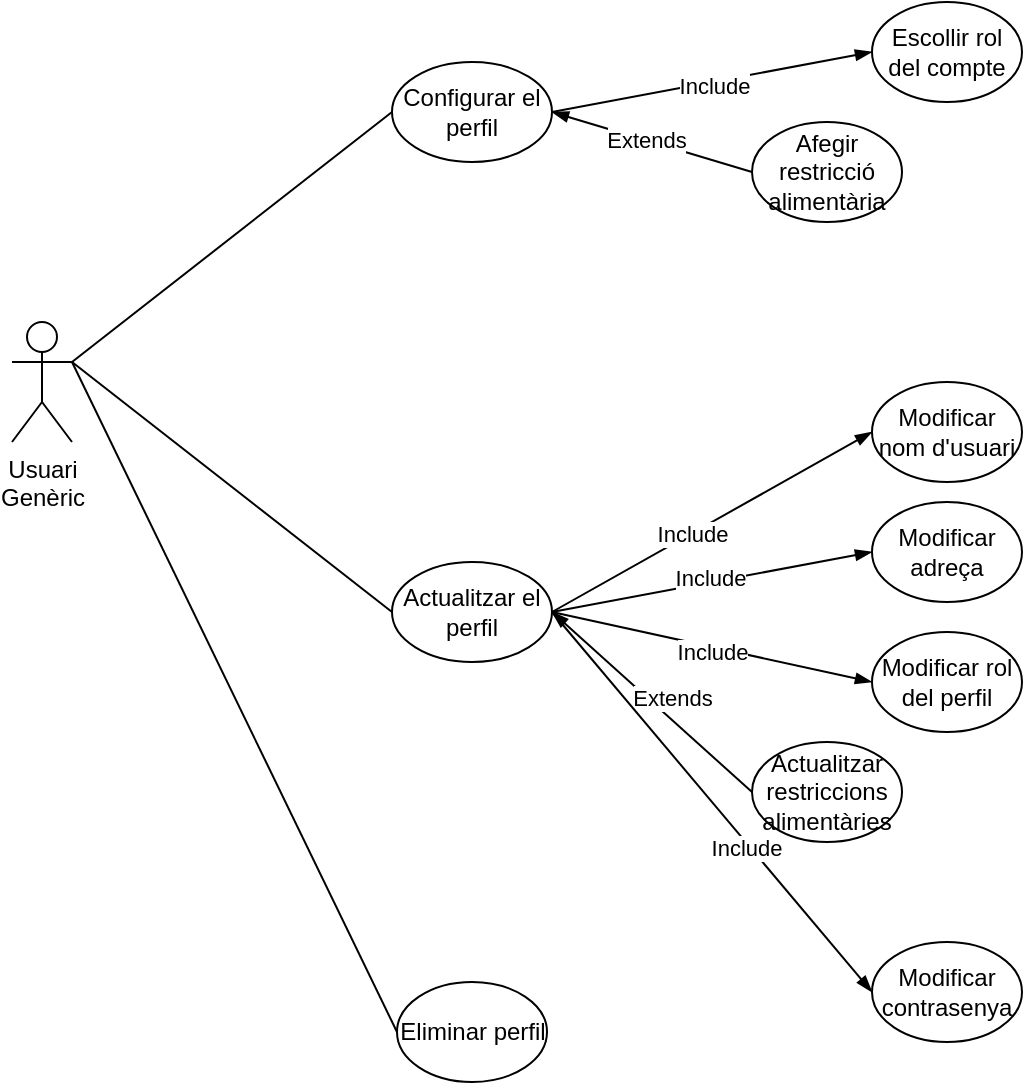
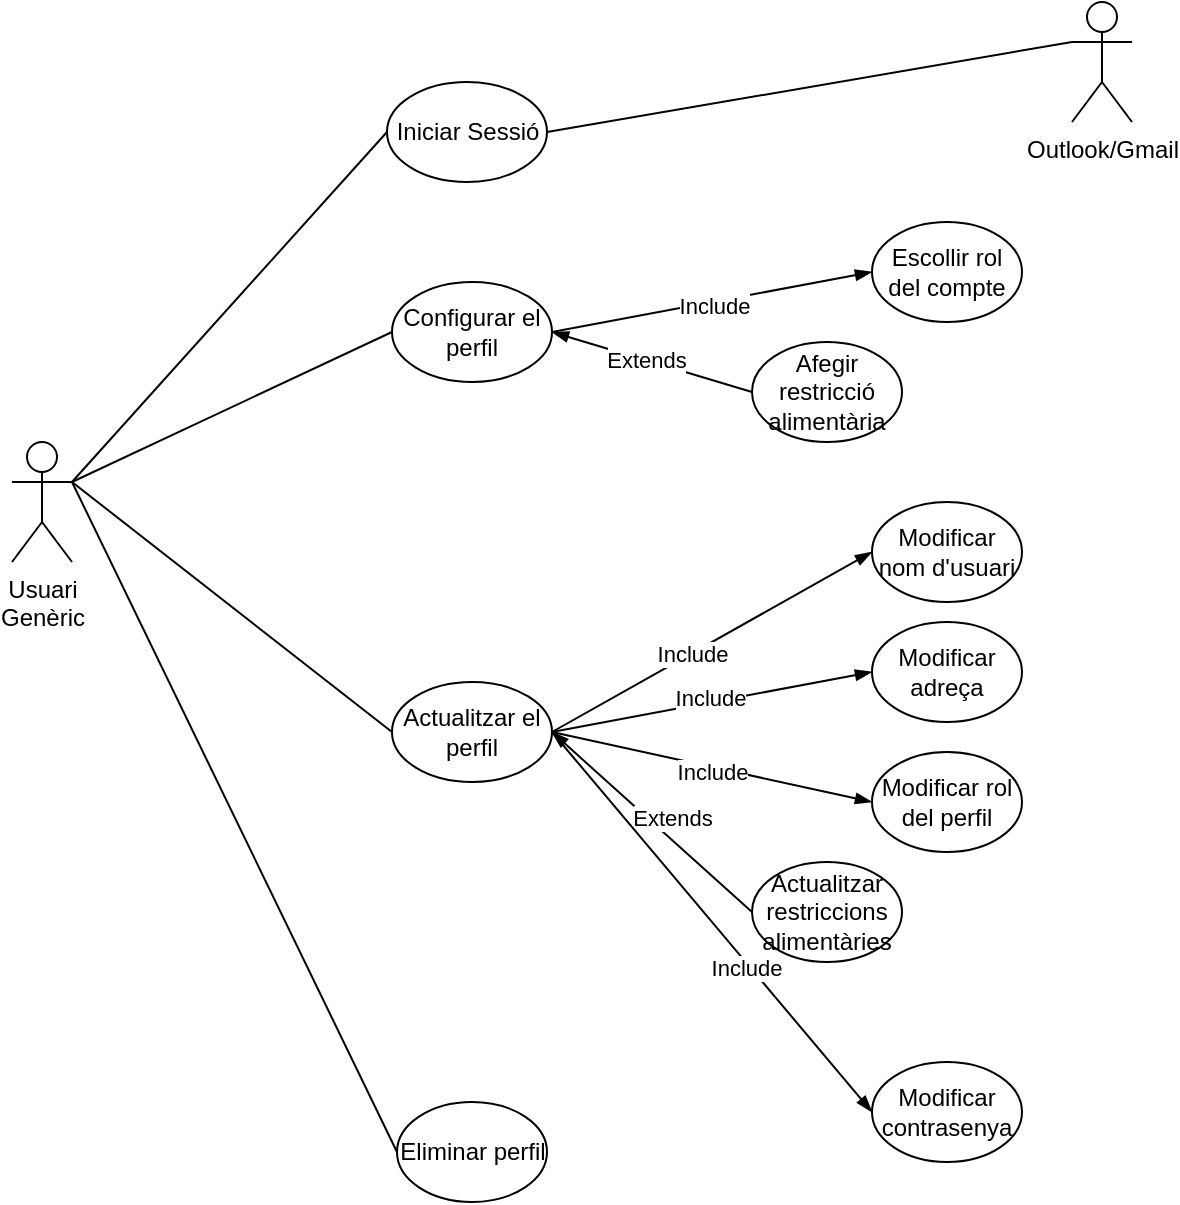
<mxfile host="Electron" agent="Mozilla/5.0 (X11; Linux x86_64) AppleWebKit/537.36 (KHTML, like Gecko) draw.io/29.6.1 Chrome/142.0.7444.265 Electron/39.8.9 Safari/537.36" version="29.6.1">
  <diagram name="Pàgina-1" id="554452TnlsPXSCmWLVR3">
-     <mxGraphModel dx="1141" dy="678" grid="1" gridSize="10" guides="1" tooltips="1" connect="1" arrows="1" fold="1" page="1" pageScale="1" pageWidth="1169" pageHeight="827" math="0" shadow="0">
+     <mxGraphModel dx="1426" dy="848" grid="1" gridSize="10" guides="1" tooltips="1" connect="1" arrows="1" fold="1" page="1" pageScale="1" pageWidth="1169" pageHeight="827" math="0" shadow="0">
      <root>
        <mxCell id="0" />
        <mxCell id="1" parent="0" />
        <mxCell id="fca1Em15TCVHM_VSifuS-20" edge="1" parent="1" source="fca1Em15TCVHM_VSifuS-1" style="edgeStyle=none;shape=connector;rounded=0;orthogonalLoop=1;jettySize=auto;html=1;exitX=1;exitY=0.3333333333333333;exitDx=0;exitDy=0;exitPerimeter=0;entryX=0;entryY=0.5;entryDx=0;entryDy=0;strokeColor=default;align=center;verticalAlign=middle;fontFamily=Helvetica;fontSize=11;fontColor=default;labelBackgroundColor=default;endArrow=none;endFill=0;" target="fca1Em15TCVHM_VSifuS-2">
+           <mxGeometry relative="1" as="geometry" />
+         </mxCell>
+         <mxCell id="rSSmN_jFFpueDopVGZL0-2" edge="1" parent="1" source="fca1Em15TCVHM_VSifuS-1" style="rounded=0;orthogonalLoop=1;jettySize=auto;html=1;exitX=1;exitY=0.3333333333333333;exitDx=0;exitDy=0;exitPerimeter=0;entryX=0;entryY=0.5;entryDx=0;entryDy=0;endArrow=none;endFill=0;" target="rSSmN_jFFpueDopVGZL0-1">
          <mxGeometry relative="1" as="geometry" />
        </mxCell>
        <mxCell id="fca1Em15TCVHM_VSifuS-1" parent="1" style="shape=umlActor;verticalLabelPosition=bottom;verticalAlign=top;html=1;outlineConnect=0;" value="Usuari&lt;div&gt;Genèric&lt;/div&gt;" vertex="1">
          <mxGeometry height="60" width="30" x="270" y="360" as="geometry" />
        </mxCell>
        <mxCell id="fca1Em15TCVHM_VSifuS-12" edge="1" parent="1" source="fca1Em15TCVHM_VSifuS-2" style="edgeStyle=none;shape=connector;rounded=0;orthogonalLoop=1;jettySize=auto;html=1;exitX=1;exitY=0.5;exitDx=0;exitDy=0;entryX=0;entryY=0.5;entryDx=0;entryDy=0;strokeColor=default;align=center;verticalAlign=middle;fontFamily=Helvetica;fontSize=11;fontColor=default;labelBackgroundColor=default;endArrow=blockThin;endFill=1;" target="fca1Em15TCVHM_VSifuS-5">
          <mxGeometry relative="1" as="geometry" />
        </mxCell>
        <mxCell id="fca1Em15TCVHM_VSifuS-16" connectable="0" parent="fca1Em15TCVHM_VSifuS-12" style="edgeLabel;html=1;align=center;verticalAlign=middle;resizable=0;points=[];fontFamily=Helvetica;fontSize=11;fontColor=default;labelBackgroundColor=default;" value="Include" vertex="1">
          <mxGeometry relative="1" x="0.0101" y="-2" as="geometry">
            <mxPoint as="offset" />
          </mxGeometry>
        </mxCell>
        <mxCell id="fca1Em15TCVHM_VSifuS-13" edge="1" parent="1" source="fca1Em15TCVHM_VSifuS-6" style="edgeStyle=none;shape=connector;rounded=0;orthogonalLoop=1;jettySize=auto;html=1;exitX=0;exitY=0.5;exitDx=0;exitDy=0;entryX=1;entryY=0.5;entryDx=0;entryDy=0;strokeColor=default;align=center;verticalAlign=middle;fontFamily=Helvetica;fontSize=11;fontColor=default;labelBackgroundColor=default;endArrow=blockThin;endFill=1;" target="fca1Em15TCVHM_VSifuS-2">
          <mxGeometry relative="1" as="geometry" />
        </mxCell>
        <mxCell id="fca1Em15TCVHM_VSifuS-17" connectable="0" parent="fca1Em15TCVHM_VSifuS-13" style="edgeLabel;html=1;align=center;verticalAlign=middle;resizable=0;points=[];fontFamily=Helvetica;fontSize=11;fontColor=default;labelBackgroundColor=default;" value="Extends" vertex="1">
          <mxGeometry relative="1" x="0.0587" as="geometry">
            <mxPoint as="offset" />
          </mxGeometry>
        </mxCell>
        <mxCell id="fca1Em15TCVHM_VSifuS-2" parent="1" style="ellipse;whiteSpace=wrap;html=1;" value="Configurar el perfil" vertex="1">
-           <mxGeometry height="50" width="80" x="460" y="230" as="geometry" />
+           <mxGeometry height="50" width="80" x="460" y="280" as="geometry" />
        </mxCell>
        <mxCell id="fca1Em15TCVHM_VSifuS-5" parent="1" style="ellipse;whiteSpace=wrap;html=1;" value="Escollir rol del compte" vertex="1">
-           <mxGeometry height="50" width="75" x="700" y="200" as="geometry" />
+           <mxGeometry height="50" width="75" x="700" y="250" as="geometry" />
        </mxCell>
        <mxCell id="fca1Em15TCVHM_VSifuS-6" parent="1" style="ellipse;whiteSpace=wrap;html=1;" value="Afegir restricció alimentària" vertex="1">
-           <mxGeometry height="50" width="75" x="640" y="260" as="geometry" />
+           <mxGeometry height="50" width="75" x="640" y="310" as="geometry" />
        </mxCell>
        <mxCell id="fca1Em15TCVHM_VSifuS-21" edge="1" parent="1" source="fca1Em15TCVHM_VSifuS-19" style="edgeStyle=none;shape=connector;rounded=0;orthogonalLoop=1;jettySize=auto;html=1;exitX=0;exitY=0.5;exitDx=0;exitDy=0;strokeColor=default;align=center;verticalAlign=middle;fontFamily=Helvetica;fontSize=11;fontColor=default;labelBackgroundColor=default;endArrow=none;endFill=0;">
          <mxGeometry relative="1" as="geometry">
            <mxPoint x="300" y="380" as="targetPoint" />
          </mxGeometry>
        </mxCell>
        <mxCell id="fca1Em15TCVHM_VSifuS-19" parent="1" style="ellipse;whiteSpace=wrap;html=1;" value="Eliminar perfil" vertex="1">
          <mxGeometry height="50" width="75" x="462.5" y="690" as="geometry" />
        </mxCell>
        <mxCell id="fca1Em15TCVHM_VSifuS-23" edge="1" parent="1" source="fca1Em15TCVHM_VSifuS-59" style="edgeStyle=none;shape=connector;rounded=0;orthogonalLoop=1;jettySize=auto;html=1;exitX=0;exitY=0.5;exitDx=0;exitDy=0;entryX=1;entryY=0.3333333333333333;entryDx=0;entryDy=0;entryPerimeter=0;strokeColor=default;align=center;verticalAlign=middle;fontFamily=Helvetica;fontSize=11;fontColor=default;labelBackgroundColor=default;endArrow=none;endFill=0;" target="fca1Em15TCVHM_VSifuS-1">
          <mxGeometry relative="1" as="geometry">
            <mxPoint x="470.00000000000125" y="655" as="sourcePoint" />
          </mxGeometry>
        </mxCell>
        <mxCell id="fca1Em15TCVHM_VSifuS-33" parent="1" style="ellipse;whiteSpace=wrap;html=1;" value="Modificar contrasenya" vertex="1">
          <mxGeometry height="50" width="75" x="700" y="670" as="geometry" />
        </mxCell>
        <mxCell id="fca1Em15TCVHM_VSifuS-51" edge="1" parent="1" source="fca1Em15TCVHM_VSifuS-59" style="rounded=0;orthogonalLoop=1;jettySize=auto;html=1;exitX=1;exitY=0.5;exitDx=0;exitDy=0;entryX=0;entryY=0.5;entryDx=0;entryDy=0;endArrow=blockThin;endFill=1;" target="fca1Em15TCVHM_VSifuS-60">
          <mxGeometry relative="1" as="geometry" />
        </mxCell>
        <mxCell id="fca1Em15TCVHM_VSifuS-52" connectable="0" parent="fca1Em15TCVHM_VSifuS-51" style="edgeLabel;html=1;align=center;verticalAlign=middle;resizable=0;points=[];fontFamily=Helvetica;fontSize=11;fontColor=default;labelBackgroundColor=default;" value="Include" vertex="1">
          <mxGeometry relative="1" x="-0.1233" as="geometry">
            <mxPoint as="offset" />
          </mxGeometry>
        </mxCell>
        <mxCell id="fca1Em15TCVHM_VSifuS-53" edge="1" parent="1" source="fca1Em15TCVHM_VSifuS-59" style="edgeStyle=none;shape=connector;rounded=0;orthogonalLoop=1;jettySize=auto;html=1;exitX=1;exitY=0.5;exitDx=0;exitDy=0;entryX=0;entryY=0.5;entryDx=0;entryDy=0;strokeColor=default;align=center;verticalAlign=middle;fontFamily=Helvetica;fontSize=11;fontColor=default;labelBackgroundColor=default;endArrow=blockThin;endFill=1;" target="fca1Em15TCVHM_VSifuS-61">
          <mxGeometry relative="1" as="geometry" />
        </mxCell>
        <mxCell id="fca1Em15TCVHM_VSifuS-54" connectable="0" parent="fca1Em15TCVHM_VSifuS-53" style="edgeLabel;html=1;align=center;verticalAlign=middle;resizable=0;points=[];fontFamily=Helvetica;fontSize=11;fontColor=default;labelBackgroundColor=default;" value="Include" vertex="1">
          <mxGeometry relative="1" x="-0.0078" y="2" as="geometry">
            <mxPoint as="offset" />
          </mxGeometry>
        </mxCell>
        <mxCell id="fca1Em15TCVHM_VSifuS-55" edge="1" parent="1" source="fca1Em15TCVHM_VSifuS-59" style="edgeStyle=none;shape=connector;rounded=0;orthogonalLoop=1;jettySize=auto;html=1;exitX=1;exitY=0.5;exitDx=0;exitDy=0;entryX=0;entryY=0.5;entryDx=0;entryDy=0;strokeColor=default;align=center;verticalAlign=middle;fontFamily=Helvetica;fontSize=11;fontColor=default;labelBackgroundColor=default;endArrow=blockThin;endFill=1;" target="fca1Em15TCVHM_VSifuS-62">
          <mxGeometry relative="1" as="geometry" />
        </mxCell>
        <mxCell id="fca1Em15TCVHM_VSifuS-56" connectable="0" parent="fca1Em15TCVHM_VSifuS-55" style="edgeLabel;html=1;align=center;verticalAlign=middle;resizable=0;points=[];fontFamily=Helvetica;fontSize=11;fontColor=default;labelBackgroundColor=default;" value="Include" vertex="1">
          <mxGeometry relative="1" x="0.0101" y="-2" as="geometry">
            <mxPoint as="offset" />
          </mxGeometry>
        </mxCell>
        <mxCell id="fca1Em15TCVHM_VSifuS-57" edge="1" parent="1" source="fca1Em15TCVHM_VSifuS-63" style="edgeStyle=none;shape=connector;rounded=0;orthogonalLoop=1;jettySize=auto;html=1;exitX=0;exitY=0.5;exitDx=0;exitDy=0;entryX=1;entryY=0.5;entryDx=0;entryDy=0;strokeColor=default;align=center;verticalAlign=middle;fontFamily=Helvetica;fontSize=11;fontColor=default;labelBackgroundColor=default;endArrow=blockThin;endFill=1;" target="fca1Em15TCVHM_VSifuS-59">
          <mxGeometry relative="1" as="geometry" />
        </mxCell>
        <mxCell id="fca1Em15TCVHM_VSifuS-58" connectable="0" parent="fca1Em15TCVHM_VSifuS-57" style="edgeLabel;html=1;align=center;verticalAlign=middle;resizable=0;points=[];fontFamily=Helvetica;fontSize=11;fontColor=default;labelBackgroundColor=default;" value="Extends" vertex="1">
          <mxGeometry relative="1" x="0.0587" as="geometry">
            <mxPoint x="13" as="offset" />
          </mxGeometry>
        </mxCell>
        <mxCell id="fca1Em15TCVHM_VSifuS-65" edge="1" parent="1" source="fca1Em15TCVHM_VSifuS-59" style="edgeStyle=none;shape=connector;rounded=0;orthogonalLoop=1;jettySize=auto;html=1;exitX=1;exitY=0.5;exitDx=0;exitDy=0;entryX=0;entryY=0.5;entryDx=0;entryDy=0;strokeColor=default;align=center;verticalAlign=middle;fontFamily=Helvetica;fontSize=11;fontColor=default;labelBackgroundColor=default;endArrow=blockThin;endFill=1;" target="fca1Em15TCVHM_VSifuS-33">
          <mxGeometry relative="1" as="geometry" />
        </mxCell>
        <mxCell id="fca1Em15TCVHM_VSifuS-66" connectable="0" parent="fca1Em15TCVHM_VSifuS-65" style="edgeLabel;html=1;align=center;verticalAlign=middle;resizable=0;points=[];fontFamily=Helvetica;fontSize=11;fontColor=default;labelBackgroundColor=default;" value="Include" vertex="1">
          <mxGeometry relative="1" x="0.2275" y="-2" as="geometry">
            <mxPoint as="offset" />
          </mxGeometry>
        </mxCell>
        <mxCell id="fca1Em15TCVHM_VSifuS-59" parent="1" style="ellipse;whiteSpace=wrap;html=1;" value="Actualitzar el perfil" vertex="1">
          <mxGeometry height="50" width="80" x="460" y="480" as="geometry" />
        </mxCell>
        <mxCell id="fca1Em15TCVHM_VSifuS-60" parent="1" style="ellipse;whiteSpace=wrap;html=1;" value="Modificar nom d&#39;usuari" vertex="1">
          <mxGeometry height="50" width="75" x="700" y="390" as="geometry" />
        </mxCell>
        <mxCell id="fca1Em15TCVHM_VSifuS-61" parent="1" style="ellipse;whiteSpace=wrap;html=1;" value="Modificar adreça" vertex="1">
          <mxGeometry height="50" width="75" x="700" y="450" as="geometry" />
        </mxCell>
        <mxCell id="fca1Em15TCVHM_VSifuS-62" parent="1" style="ellipse;whiteSpace=wrap;html=1;" value="Modificar rol del perfil" vertex="1">
          <mxGeometry height="50" width="75" x="700" y="515" as="geometry" />
        </mxCell>
        <mxCell id="fca1Em15TCVHM_VSifuS-63" parent="1" style="ellipse;whiteSpace=wrap;html=1;" value="Actualitzar restriccions alimentàries" vertex="1">
          <mxGeometry height="50" width="75" x="640" y="570" as="geometry" />
        </mxCell>
+         <mxCell id="rSSmN_jFFpueDopVGZL0-1" parent="1" style="ellipse;whiteSpace=wrap;html=1;" value="Iniciar Sessió" vertex="1">
+           <mxGeometry height="50" width="80" x="457.5" y="180" as="geometry" />
+         </mxCell>
+         <mxCell id="rSSmN_jFFpueDopVGZL0-3" parent="1" style="shape=umlActor;verticalLabelPosition=bottom;verticalAlign=top;html=1;outlineConnect=0;" value="Outlook/Gmail" vertex="1">
+           <mxGeometry height="60" width="30" x="800" y="140" as="geometry" />
+         </mxCell>
+         <mxCell id="rSSmN_jFFpueDopVGZL0-4" edge="1" parent="1" source="rSSmN_jFFpueDopVGZL0-1" style="rounded=0;orthogonalLoop=1;jettySize=auto;html=1;exitX=1;exitY=0.5;exitDx=0;exitDy=0;entryX=0;entryY=0.3333333333333333;entryDx=0;entryDy=0;entryPerimeter=0;endArrow=none;endFill=0;" target="rSSmN_jFFpueDopVGZL0-3">
+           <mxGeometry relative="1" as="geometry" />
+         </mxCell>
      </root>
    </mxGraphModel>
  </diagram>
</mxfile>
